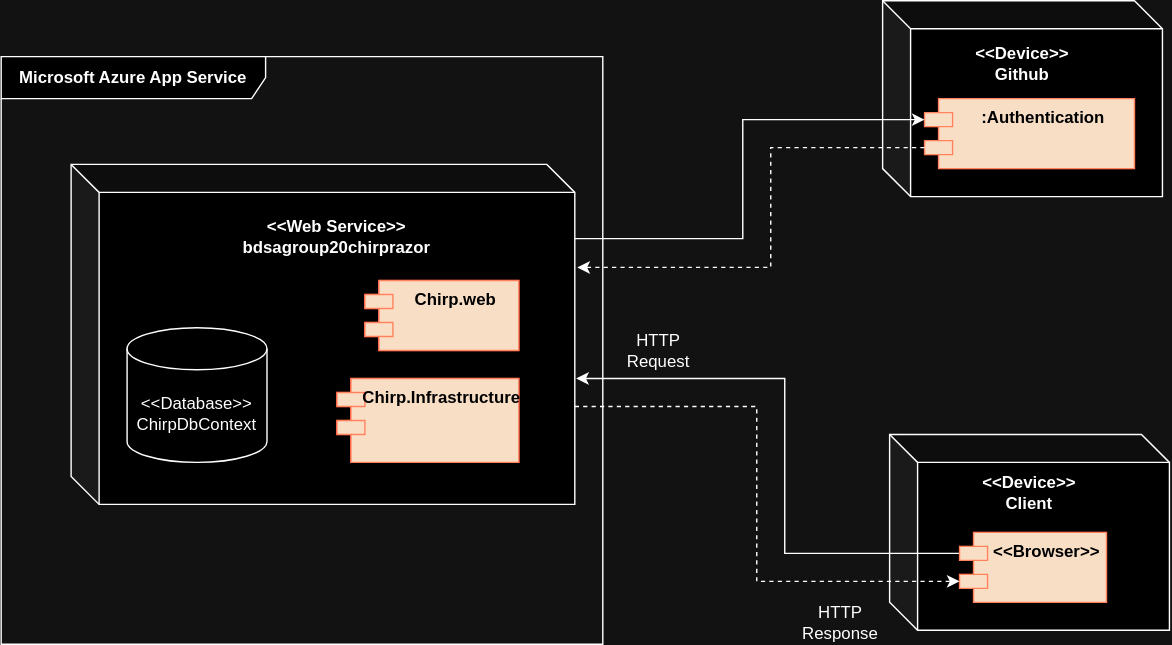
Above: docs/diagrams/DeploymentSqlite.drawio.svg in ITU-BDSA-GROUP-20/Chirp (draw.io), before the change. Source tidied: cells renumbered, new cells last; positions are measured from the earlier drawing's top-left corner, leaving out a move shared by most shapes. Its diagram source:
```xml
<mxGraphModel>
  <root>
    <mxCell id="0" />
    <mxCell id="1" parent="0" />
    <mxCell id="2" style="shape=cube;whiteSpace=wrap;html=1;boundedLbl=1;backgroundOutline=1;darkOpacity=0.05;darkOpacity2=0.1;" parent="1" vertex="1">
      <mxGeometry x="635" y="310" width="200" height="140" as="geometry" />
    </mxCell>
    <mxCell id="3" value="&lt;b&gt;&amp;lt;&amp;lt;Device&amp;gt;&amp;gt;&lt;br&gt;Client&lt;br&gt;&lt;/b&gt;" style="text;html=1;strokeColor=none;fillColor=none;align=center;verticalAlign=middle;whiteSpace=wrap;rounded=0;" parent="1" vertex="1">
      <mxGeometry x="675" y="337" width="120" height="30" as="geometry" />
    </mxCell>
    <mxCell id="4" style="edgeStyle=orthogonalEdgeStyle;rounded=0;jettySize=auto;html=1;exitX=0;exitY=0;exitDx=0;exitDy=15;exitPerimeter=0;" parent="1" edge="1" source="5">
      <mxGeometry relative="1" as="geometry">
        <mxPoint x="411" y="270" as="targetPoint" />
        <Array as="points">
          <mxPoint x="560" y="395" />
          <mxPoint x="560" y="270" />
        </Array>
      </mxGeometry>
    </mxCell>
    <mxCell id="5" value="&lt;b&gt;&amp;lt;&amp;lt;Browser&amp;gt;&amp;gt;&lt;/b&gt;" style="shape=module;align=center;spacingLeft=20;align=center;verticalAlign=top;whiteSpace=wrap;html=1;fillColor=#331A00;strokeColor=#FF2500;fontColor=#ffffff;" parent="1" vertex="1">
      <mxGeometry x="685" y="380" width="105" height="50" as="geometry" />
    </mxCell>
    <mxCell id="6" style="shape=cube;whiteSpace=wrap;html=1;boundedLbl=1;backgroundOutline=1;darkOpacity=0.05;darkOpacity2=0.1;" parent="1" vertex="1">
      <mxGeometry x="630" width="200" height="140" as="geometry" />
    </mxCell>
    <mxCell id="7" value="&lt;b&gt;&amp;lt;&amp;lt;Device&amp;gt;&amp;gt;&lt;br&gt;Github&lt;br&gt;&lt;/b&gt;" style="text;html=1;strokeColor=none;fillColor=none;align=center;verticalAlign=middle;whiteSpace=wrap;rounded=0;" parent="1" vertex="1">
      <mxGeometry x="670" y="30" width="120" height="30" as="geometry" />
    </mxCell>
    <mxCell id="8" value="&lt;b&gt;:Authentication&lt;/b&gt;" style="shape=module;align=center;spacingLeft=20;align=center;verticalAlign=top;whiteSpace=wrap;html=1;fillColor=#331A00;strokeColor=#FF2500;fontColor=#ffffff;" parent="1" vertex="1">
      <mxGeometry x="660" y="70" width="150" height="50" as="geometry" />
    </mxCell>
    <mxCell id="9" style="shape=cube;whiteSpace=wrap;html=1;boundedLbl=1;backgroundOutline=1;darkOpacity=0.05;darkOpacity2=0.1;" parent="1" vertex="1">
      <mxGeometry x="50" y="117" width="360" height="243" as="geometry" />
    </mxCell>
    <mxCell id="10" value="&lt;b&gt;Chirp.web&lt;/b&gt;" style="shape=module;align=center;spacingLeft=20;align=center;verticalAlign=top;whiteSpace=wrap;html=1;fillColor=#331A00;strokeColor=#FF2500;fontColor=#ffffff;" parent="1" vertex="1">
      <mxGeometry x="260" y="200" width="110" height="50" as="geometry" />
    </mxCell>
    <mxCell id="11" value="&lt;b&gt;&amp;lt;&amp;lt;Web Service&amp;gt;&amp;gt;&lt;br&gt;bdsagroup20chirprazor&lt;br&gt;&lt;/b&gt;" style="text;html=1;strokeColor=none;fillColor=none;align=center;verticalAlign=middle;whiteSpace=wrap;rounded=0;" parent="1" vertex="1">
      <mxGeometry x="175" y="153.5" width="130" height="30" as="geometry" />
    </mxCell>
    <mxCell id="12" value="&lt;b&gt;Microsoft Azure App Service&lt;/b&gt;" style="shape=umlFrame;whiteSpace=wrap;html=1;width=189;height=30;" parent="1" vertex="1">
      <mxGeometry y="40" width="430" height="420" as="geometry" />
    </mxCell>
    <mxCell id="13" style="ellipse;whiteSpace=wrap;html=1;align=center;fillColor=none;strokeColor=none;perimeter=centerPerimeter;" parent="1" vertex="1">
      <mxGeometry x="515" y="300" width="10" height="10" as="geometry" />
    </mxCell>
    <mxCell id="14" style="edgeStyle=orthogonalEdgeStyle;rounded=0;jettySize=auto;html=1;entryX=0;entryY=0;entryDx=0;entryDy=35;entryPerimeter=0;dashed=1;" parent="1" edge="1" source="9" target="5">
      <mxGeometry relative="1" as="geometry">
        <Array as="points">
          <mxPoint x="540" y="290" />
          <mxPoint x="540" y="415" />
        </Array>
      </mxGeometry>
    </mxCell>
    <mxCell id="15" value="HTTP Request" style="text;html=1;strokeColor=none;fillColor=none;align=center;verticalAlign=middle;whiteSpace=wrap;rounded=0;" parent="1" vertex="1">
      <mxGeometry x="440" y="235" width="60" height="30" as="geometry" />
    </mxCell>
    <mxCell id="16" value="HTTP Response" style="text;html=1;strokeColor=none;fillColor=none;align=center;verticalAlign=middle;whiteSpace=wrap;rounded=0;" parent="1" vertex="1">
      <mxGeometry x="570" y="430" width="60" height="30" as="geometry" />
    </mxCell>
    <mxCell id="17" style="edgeStyle=orthogonalEdgeStyle;rounded=0;jettySize=auto;html=1;entryX=0;entryY=0;entryDx=0;entryDy=15;entryPerimeter=0;" parent="1" edge="1" source="9" target="8">
      <mxGeometry relative="1" as="geometry">
        <Array as="points">
          <mxPoint x="530" y="170" />
          <mxPoint x="530" y="85" />
        </Array>
      </mxGeometry>
    </mxCell>
    <mxCell id="18" style="edgeStyle=orthogonalEdgeStyle;rounded=0;jettySize=auto;html=1;exitX=0;exitY=0;exitDx=0;exitDy=35;exitPerimeter=0;entryX=1.005;entryY=0.303;entryDx=0;entryDy=0;entryPerimeter=0;dashed=1;" parent="1" edge="1" source="8" target="9">
      <mxGeometry relative="1" as="geometry">
        <Array as="points">
          <mxPoint x="550" y="105" />
          <mxPoint x="550" y="191" />
        </Array>
      </mxGeometry>
    </mxCell>
    <mxCell id="19" value="&amp;lt;&amp;lt;Database&amp;gt;&amp;gt;&lt;br&gt;ChirpDbContext" style="shape=cylinder3;whiteSpace=wrap;html=1;boundedLbl=1;backgroundOutline=1;size=15;rotation=0;" parent="1" vertex="1">
      <mxGeometry x="90" y="233.8" width="100" height="96.2" as="geometry" />
    </mxCell>
    <mxCell id="20" value="&lt;b&gt;Chirp.Infrastructure&lt;/b&gt;" style="shape=module;align=center;spacingLeft=20;align=center;verticalAlign=top;whiteSpace=wrap;html=1;fillColor=#331A00;strokeColor=#FF2500;fontColor=#ffffff;" parent="1" vertex="1">
      <mxGeometry x="240" y="270" width="130" height="60" as="geometry" />
    </mxCell>
  </root>
</mxGraphModel>
```
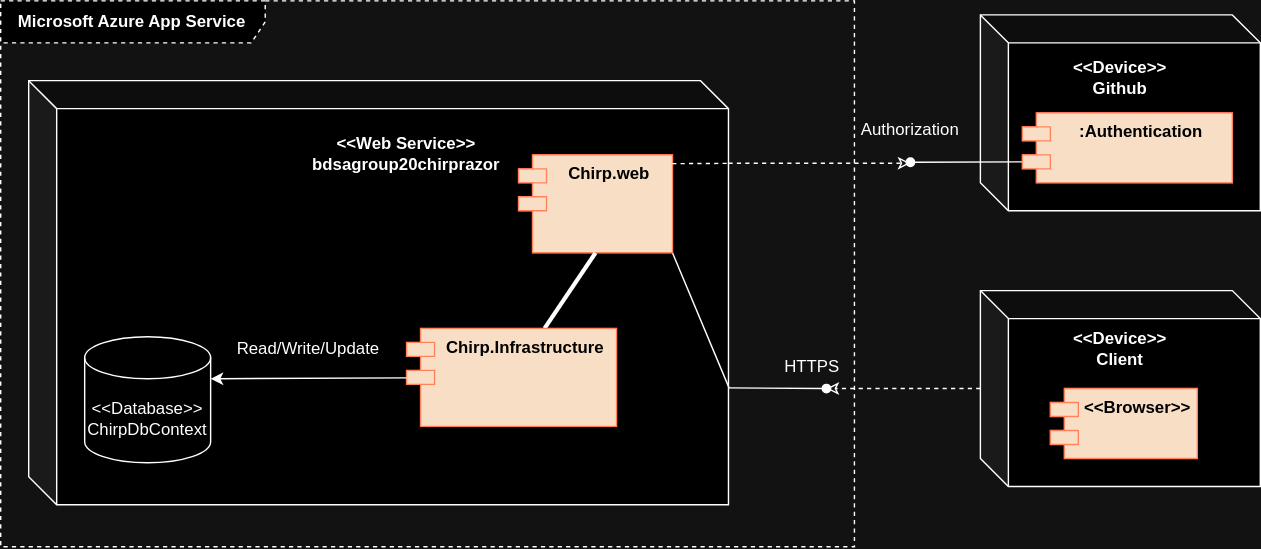
After the change.

Change to the diagram source:
```diff
@@ -2,83 +2,87 @@
   <root>
     <mxCell id="0" />
     <mxCell id="1" parent="0" />
+    <mxCell id="21" style="edgeStyle=none;rounded=0;jettySize=auto;html=1;dashed=1;endArrow=classic;endFill=0;" parent="1" edge="1" source="2">
+      <mxGeometry relative="1" as="geometry">
+        <mxPoint x="670" y="327" as="targetPoint" />
+      </mxGeometry>
+    </mxCell>
     <mxCell id="2" style="shape=cube;whiteSpace=wrap;html=1;boundedLbl=1;backgroundOutline=1;darkOpacity=0.05;darkOpacity2=0.1;" parent="1" vertex="1">
-      <mxGeometry x="635" y="310" width="200" height="140" as="geometry" />
+      <mxGeometry x="780" y="257" width="200" height="140" as="geometry" />
     </mxCell>
     <mxCell id="3" value="&lt;b&gt;&amp;lt;&amp;lt;Device&amp;gt;&amp;gt;&lt;br&gt;Client&lt;br&gt;&lt;/b&gt;" style="text;html=1;strokeColor=none;fillColor=none;align=center;verticalAlign=middle;whiteSpace=wrap;rounded=0;" parent="1" vertex="1">
-      <mxGeometry x="675" y="337" width="120" height="30" as="geometry" />
+      <mxGeometry x="820" y="284" width="120" height="30" as="geometry" />
     </mxCell>
-    <mxCell id="4" style="edgeStyle=orthogonalEdgeStyle;rounded=0;jettySize=auto;html=1;exitX=0;exitY=0;exitDx=0;exitDy=15;exitPerimeter=0;" parent="1" edge="1" source="5">
-      <mxGeometry relative="1" as="geometry">
-        <mxPoint x="411" y="270" as="targetPoint" />
-        <Array as="points">
-          <mxPoint x="560" y="395" />
-          <mxPoint x="560" y="270" />
-        </Array>
-      </mxGeometry>
-    </mxCell>
     <mxCell id="5" value="&lt;b&gt;&amp;lt;&amp;lt;Browser&amp;gt;&amp;gt;&lt;/b&gt;" style="shape=module;align=center;spacingLeft=20;align=center;verticalAlign=top;whiteSpace=wrap;html=1;fillColor=#331A00;strokeColor=#FF2500;fontColor=#ffffff;" parent="1" vertex="1">
-      <mxGeometry x="685" y="380" width="105" height="50" as="geometry" />
+      <mxGeometry x="830" y="327" width="105" height="50" as="geometry" />
     </mxCell>
     <mxCell id="6" style="shape=cube;whiteSpace=wrap;html=1;boundedLbl=1;backgroundOutline=1;darkOpacity=0.05;darkOpacity2=0.1;" parent="1" vertex="1">
-      <mxGeometry x="630" width="200" height="140" as="geometry" />
+      <mxGeometry x="780" y="60" width="200" height="140" as="geometry" />
     </mxCell>
     <mxCell id="7" value="&lt;b&gt;&amp;lt;&amp;lt;Device&amp;gt;&amp;gt;&lt;br&gt;Github&lt;br&gt;&lt;/b&gt;" style="text;html=1;strokeColor=none;fillColor=none;align=center;verticalAlign=middle;whiteSpace=wrap;rounded=0;" parent="1" vertex="1">
-      <mxGeometry x="670" y="30" width="120" height="30" as="geometry" />
+      <mxGeometry x="820" y="90" width="120" height="30" as="geometry" />
     </mxCell>
+    <mxCell id="22" style="edgeStyle=none;rounded=0;jettySize=auto;html=1;exitX=0;exitY=0;exitDx=0;exitDy=35;exitPerimeter=0;endArrow=oval;endFill=1;" parent="1" edge="1" source="8">
+      <mxGeometry relative="1" as="geometry">
+        <mxPoint x="730" y="165.3" as="targetPoint" />
+      </mxGeometry>
+    </mxCell>
     <mxCell id="8" value="&lt;b&gt;:Authentication&lt;/b&gt;" style="shape=module;align=center;spacingLeft=20;align=center;verticalAlign=top;whiteSpace=wrap;html=1;fillColor=#331A00;strokeColor=#FF2500;fontColor=#ffffff;" parent="1" vertex="1">
-      <mxGeometry x="660" y="70" width="150" height="50" as="geometry" />
+      <mxGeometry x="810" y="130" width="150" height="50" as="geometry" />
     </mxCell>
+    <mxCell id="23" style="edgeStyle=none;rounded=0;orthogonalLoop=1;jettySize=auto;html=1;endArrow=oval;endFill=1;" parent="1" edge="1">
+      <mxGeometry relative="1" as="geometry">
+        <mxPoint x="600" y="326.5" as="sourcePoint" />
+        <mxPoint x="670" y="327" as="targetPoint" />
+      </mxGeometry>
+    </mxCell>
+    <mxCell id="24" style="edgeStyle=none;rounded=0;orthogonalLoop=1;jettySize=auto;html=1;endArrow=classic;endFill=0;dashed=1;" parent="1" edge="1">
+      <mxGeometry relative="1" as="geometry">
+        <mxPoint x="600" y="166" as="sourcePoint" />
+        <mxPoint x="730" y="166" as="targetPoint" />
+      </mxGeometry>
+    </mxCell>
     <mxCell id="9" style="shape=cube;whiteSpace=wrap;html=1;boundedLbl=1;backgroundOutline=1;darkOpacity=0.05;darkOpacity2=0.1;" parent="1" vertex="1">
-      <mxGeometry x="50" y="117" width="360" height="243" as="geometry" />
+      <mxGeometry x="100" y="107" width="500" height="303" as="geometry" />
     </mxCell>
+    <mxCell id="25" style="edgeStyle=none;rounded=0;jettySize=auto;html=1;exitX=1;exitY=1;exitDx=0;exitDy=0;endArrow=none;endFill=0;entryX=1.001;entryY=0.725;entryDx=0;entryDy=0;entryPerimeter=0;" parent="1" edge="1" source="10" target="9">
+      <mxGeometry relative="1" as="geometry" />
+    </mxCell>
     <mxCell id="10" value="&lt;b&gt;Chirp.web&lt;/b&gt;" style="shape=module;align=center;spacingLeft=20;align=center;verticalAlign=top;whiteSpace=wrap;html=1;fillColor=#331A00;strokeColor=#FF2500;fontColor=#ffffff;" parent="1" vertex="1">
-      <mxGeometry x="260" y="200" width="110" height="50" as="geometry" />
+      <mxGeometry x="450" y="160" width="110" height="70" as="geometry" />
     </mxCell>
     <mxCell id="11" value="&lt;b&gt;&amp;lt;&amp;lt;Web Service&amp;gt;&amp;gt;&lt;br&gt;bdsagroup20chirprazor&lt;br&gt;&lt;/b&gt;" style="text;html=1;strokeColor=none;fillColor=none;align=center;verticalAlign=middle;whiteSpace=wrap;rounded=0;" parent="1" vertex="1">
-      <mxGeometry x="175" y="153.5" width="130" height="30" as="geometry" />
+      <mxGeometry x="305" y="143.5" width="130" height="30" as="geometry" />
     </mxCell>
-    <mxCell id="12" value="&lt;b&gt;Microsoft Azure App Service&lt;/b&gt;" style="shape=umlFrame;whiteSpace=wrap;html=1;width=189;height=30;" parent="1" vertex="1">
-      <mxGeometry y="40" width="430" height="420" as="geometry" />
+    <mxCell id="12" value="&lt;b&gt;Microsoft Azure App Service&lt;/b&gt;" style="shape=umlFrame;whiteSpace=wrap;html=1;width=189;height=30;dashed=1;" parent="1" vertex="1">
+      <mxGeometry x="80" y="50" width="610" height="390" as="geometry" />
     </mxCell>
     <mxCell id="13" style="ellipse;whiteSpace=wrap;html=1;align=center;fillColor=none;strokeColor=none;perimeter=centerPerimeter;" parent="1" vertex="1">
-      <mxGeometry x="515" y="300" width="10" height="10" as="geometry" />
+      <mxGeometry x="645" y="290" width="10" height="10" as="geometry" />
     </mxCell>
-    <mxCell id="14" style="edgeStyle=orthogonalEdgeStyle;rounded=0;jettySize=auto;html=1;entryX=0;entryY=0;entryDx=0;entryDy=35;entryPerimeter=0;dashed=1;" parent="1" edge="1" source="9" target="5">
-      <mxGeometry relative="1" as="geometry">
-        <Array as="points">
-          <mxPoint x="540" y="290" />
-          <mxPoint x="540" y="415" />
-        </Array>
-      </mxGeometry>
-    </mxCell>
-    <mxCell id="15" value="HTTP Request" style="text;html=1;strokeColor=none;fillColor=none;align=center;verticalAlign=middle;whiteSpace=wrap;rounded=0;" parent="1" vertex="1">
-      <mxGeometry x="440" y="235" width="60" height="30" as="geometry" />
+    <mxCell id="15" value="HTTPS" style="text;html=1;strokeColor=none;fillColor=none;align=center;verticalAlign=middle;whiteSpace=wrap;rounded=0;" parent="1" vertex="1">
+      <mxGeometry x="630" y="297" width="60" height="30" as="geometry" />
     </mxCell>
-    <mxCell id="16" value="HTTP Response" style="text;html=1;strokeColor=none;fillColor=none;align=center;verticalAlign=middle;whiteSpace=wrap;rounded=0;" parent="1" vertex="1">
-      <mxGeometry x="570" y="430" width="60" height="30" as="geometry" />
-    </mxCell>
-    <mxCell id="17" style="edgeStyle=orthogonalEdgeStyle;rounded=0;jettySize=auto;html=1;entryX=0;entryY=0;entryDx=0;entryDy=15;entryPerimeter=0;" parent="1" edge="1" source="9" target="8">
-      <mxGeometry relative="1" as="geometry">
-        <Array as="points">
-          <mxPoint x="530" y="170" />
-          <mxPoint x="530" y="85" />
-        </Array>
-      </mxGeometry>
-    </mxCell>
-    <mxCell id="18" style="edgeStyle=orthogonalEdgeStyle;rounded=0;jettySize=auto;html=1;exitX=0;exitY=0;exitDx=0;exitDy=35;exitPerimeter=0;entryX=1.005;entryY=0.303;entryDx=0;entryDy=0;entryPerimeter=0;dashed=1;" parent="1" edge="1" source="8" target="9">
-      <mxGeometry relative="1" as="geometry">
-        <Array as="points">
-          <mxPoint x="550" y="105" />
-          <mxPoint x="550" y="191" />
-        </Array>
-      </mxGeometry>
-    </mxCell>
     <mxCell id="19" value="&amp;lt;&amp;lt;Database&amp;gt;&amp;gt;&lt;br&gt;ChirpDbContext" style="shape=cylinder3;whiteSpace=wrap;html=1;boundedLbl=1;backgroundOutline=1;size=15;rotation=0;" parent="1" vertex="1">
-      <mxGeometry x="90" y="233.8" width="100" height="96.2" as="geometry" />
+      <mxGeometry x="140" y="290" width="90" height="90" as="geometry" />
     </mxCell>
+    <mxCell id="26" style="edgeStyle=none;rounded=0;jettySize=auto;html=1;entryX=0.5;entryY=1;entryDx=0;entryDy=0;endArrow=none;endFill=0;strokeWidth=3;" parent="1" edge="1" source="20" target="10">
+      <mxGeometry relative="1" as="geometry" />
+    </mxCell>
     <mxCell id="20" value="&lt;b&gt;Chirp.Infrastructure&lt;/b&gt;" style="shape=module;align=center;spacingLeft=20;align=center;verticalAlign=top;whiteSpace=wrap;html=1;fillColor=#331A00;strokeColor=#FF2500;fontColor=#ffffff;" parent="1" vertex="1">
-      <mxGeometry x="240" y="270" width="130" height="60" as="geometry" />
+      <mxGeometry x="370" y="284" width="150" height="70" as="geometry" />
     </mxCell>
+    <mxCell id="27" style="edgeStyle=none;rounded=0;jettySize=auto;html=1;entryX=1;entryY=0;entryDx=0;entryDy=30;entryPerimeter=0;" parent="1" edge="1" source="20" target="19">
+      <mxGeometry relative="1" as="geometry" />
+    </mxCell>
+    <mxCell id="28" value="Read/Write/Update" style="text;html=1;strokeColor=none;fillColor=none;align=center;verticalAlign=middle;whiteSpace=wrap;rounded=0;rotation=0;" parent="1" vertex="1">
+      <mxGeometry x="270" y="282" width="60" height="34" as="geometry" />
+    </mxCell>
+    <mxCell id="29" value="Authorization" style="text;html=1;strokeColor=none;fillColor=none;align=center;verticalAlign=middle;whiteSpace=wrap;rounded=0;" parent="1" vertex="1">
+      <mxGeometry x="700" y="127" width="60" height="30" as="geometry" />
+    </mxCell>
+    <mxCell id="30" style="edgeStyle=none;rounded=0;jettySize=auto;html=1;entryX=1.003;entryY=0.195;entryDx=0;entryDy=0;entryPerimeter=0;exitX=0.998;exitY=0.09;exitDx=0;exitDy=0;exitPerimeter=0;endArrow=none;endFill=0;dashed=1;" parent="1" edge="1" source="10" target="9">
+      <mxGeometry relative="1" as="geometry" />
+    </mxCell>
   </root>
 </mxGraphModel>
```
